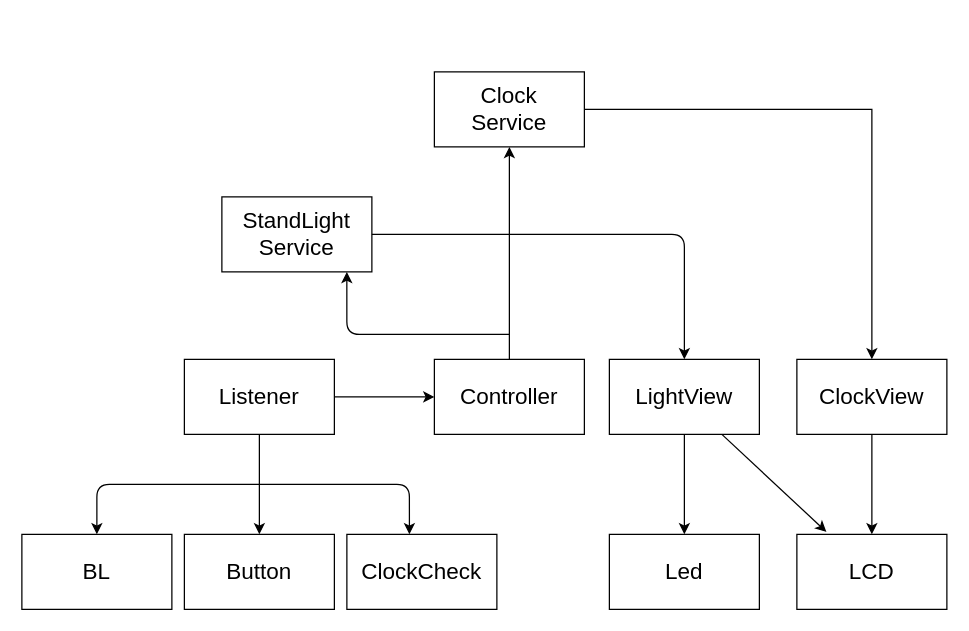
Above: page "페이지-1" (1 of 2) of sw_design/architecture.drawio in parkertedlee/StandLight_Clock_temperature (draw.io), before the change. Source tidied: cells renumbered, new cells numbered last; positions are measured from the earlier drawing's top-left corner, leaving out a move shared by most shapes. Both pictures are drawn from the tidied source at 125%, with x=0, y=0 at pixel (21, 71).
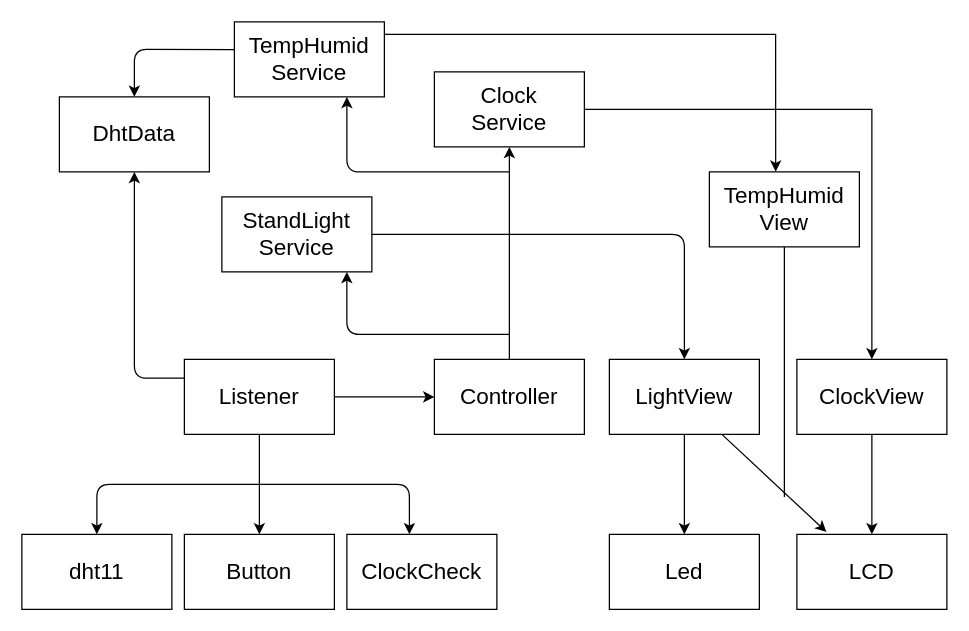
Above is the later version.

Unchanged cells that the change refers to:
```xml
<mxCell id="5" value="Listener" style="whiteSpace=wrap;html=1;fontSize=18;" parent="1" vertex="1">
  <mxGeometry x="130" y="230" width="120" height="60" as="geometry" />
</mxCell>
```

Diff of the diagram source:
```diff
@@
-    <mxCell id="22" value="BL&lt;br&gt;" style="whiteSpace=wrap;html=1;fontSize=18;" parent="1" vertex="1">
+    <mxCell id="22" value="dht11" style="whiteSpace=wrap;html=1;fontSize=18;" parent="1" vertex="1">
       <mxGeometry y="370" width="120" height="60" as="geometry" />
     </mxCell>
@@
+    <mxCell id="24" value="TempHumid&lt;br&gt;Service" style="whiteSpace=wrap;html=1;fontSize=18;" parent="1" vertex="1">
+      <mxGeometry x="170" y="-40" width="120" height="60" as="geometry" />
+    </mxCell>
+    <mxCell id="25" style="edgeStyle=none;html=1;fontSize=18;" parent="1" edge="1">
+      <mxGeometry relative="1" as="geometry">
+        <mxPoint x="390" y="80" as="sourcePoint" />
+        <mxPoint x="260" y="20" as="targetPoint" />
+        <Array as="points">
+          <mxPoint x="260" y="80" />
+        </Array>
+      </mxGeometry>
+    </mxCell>
+    <mxCell id="26" style="edgeStyle=none;html=1;endArrow=none;endFill=0;" parent="1" edge="1" source="27">
+      <mxGeometry relative="1" as="geometry">
+        <mxPoint x="610" y="340" as="targetPoint" />
+      </mxGeometry>
+    </mxCell>
+    <mxCell id="27" value="TempHumid&lt;br&gt;View" style="whiteSpace=wrap;html=1;fontSize=18;" parent="1" vertex="1">
+      <mxGeometry x="550" y="80" width="120" height="60" as="geometry" />
+    </mxCell>
+    <mxCell id="28" style="edgeStyle=orthogonalEdgeStyle;html=1;exitX=1;exitY=0.5;exitDx=0;exitDy=0;fontSize=18;rounded=0;entryX=0.442;entryY=-0.003;entryDx=0;entryDy=0;entryPerimeter=0;" parent="1" edge="1" target="27">
+      <mxGeometry relative="1" as="geometry">
+        <mxPoint x="290" y="-30" as="sourcePoint" />
+        <Array as="points">
+          <mxPoint x="603" y="-30" />
+        </Array>
+      </mxGeometry>
+    </mxCell>
+    <mxCell id="29" style="edgeStyle=none;html=1;startArrow=classic;startFill=1;endArrow=none;endFill=0;entryX=0;entryY=0.25;entryDx=0;entryDy=0;" parent="1" edge="1" source="31" target="5">
+      <mxGeometry relative="1" as="geometry">
+        <Array as="points">
+          <mxPoint x="90" y="245" />
+        </Array>
+      </mxGeometry>
+    </mxCell>
+    <mxCell id="30" style="edgeStyle=none;html=1;startArrow=classic;startFill=1;endArrow=none;endFill=0;entryX=0.002;entryY=0.37;entryDx=0;entryDy=0;entryPerimeter=0;" parent="1" edge="1" source="31" target="24">
+      <mxGeometry relative="1" as="geometry">
+        <Array as="points">
+          <mxPoint x="90" y="-18" />
+        </Array>
+      </mxGeometry>
+    </mxCell>
+    <mxCell id="31" value="DhtData" style="whiteSpace=wrap;html=1;fontSize=18;" parent="1" vertex="1">
+      <mxGeometry x="30" y="20" width="120" height="60" as="geometry" />
+    </mxCell>
```
